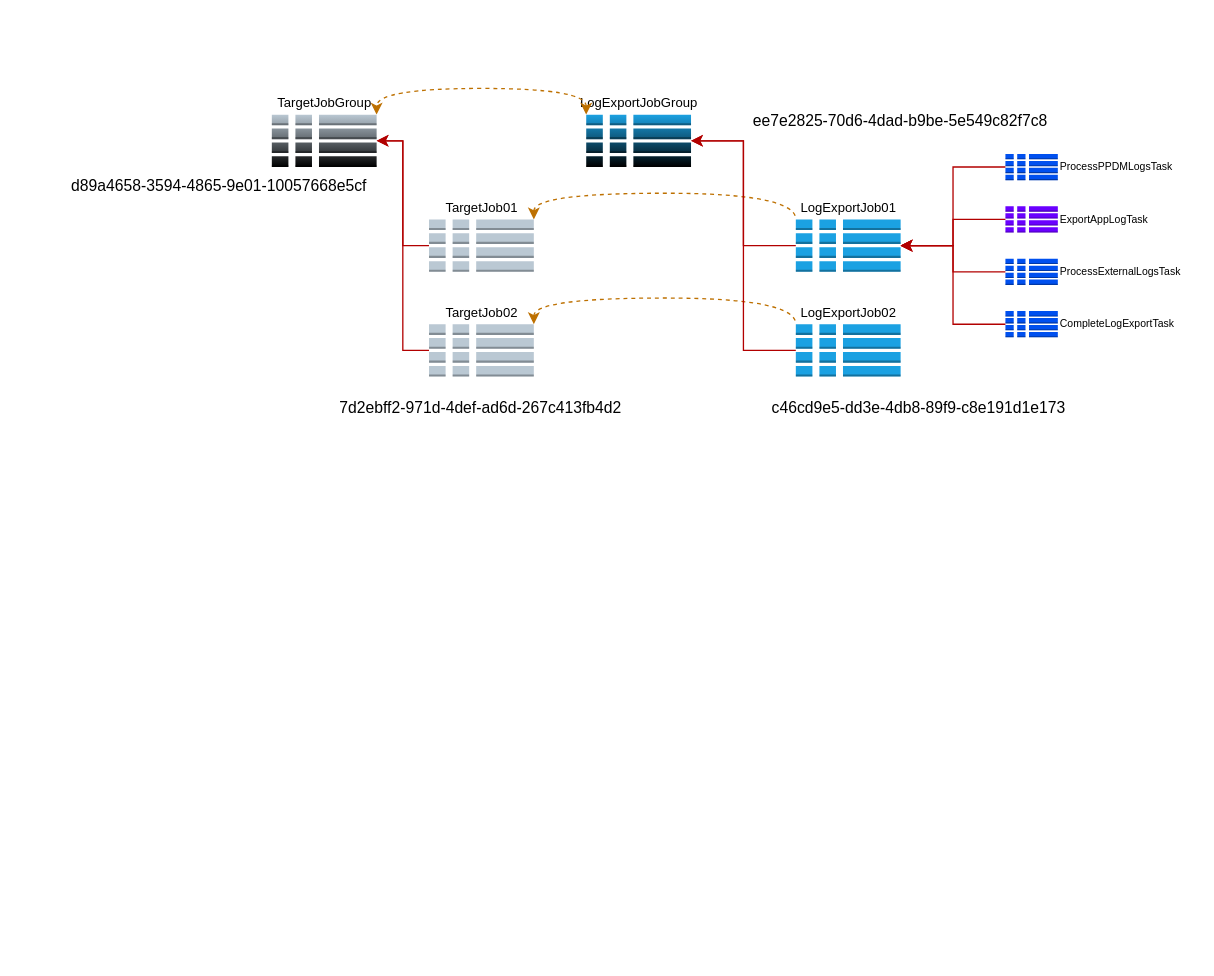
The draw.io diagram page "LogExportActivities" (12 of 12) of st/Log.drawio in gaivin/drawio, before the edit. Source tidied: cells renumbered, new cells numbered last; positions are measured from the earlier drawing's top-left corner, leaving out a move shared by most shapes. Both pictures are drawn from the tidied source at 131%, with x=0, y=0 at pixel (22, 101).
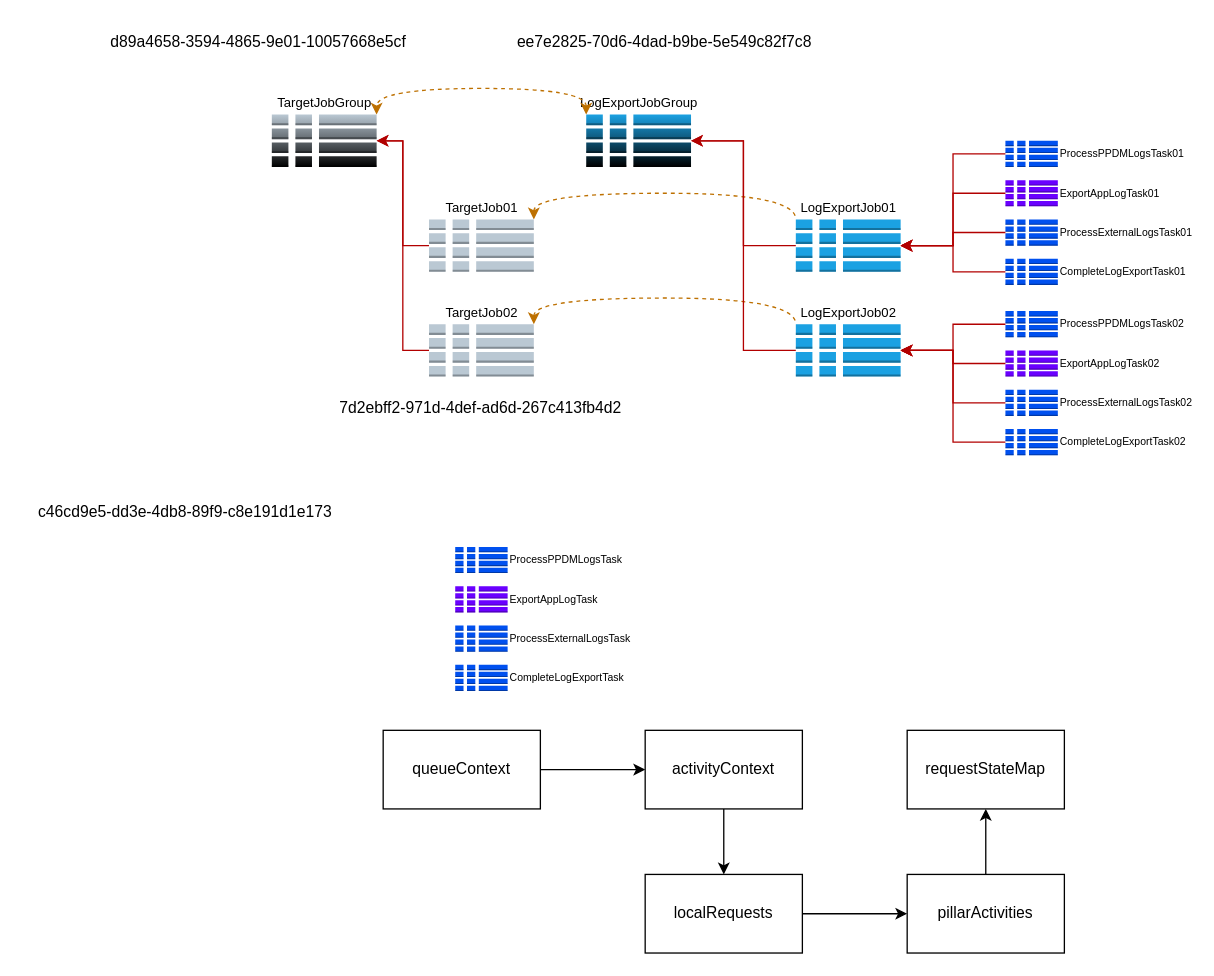
The same diagram, later.

Unchanged cells that the change refers to:
```xml
<mxCell id="11" value="LogExportJob01" style="outlineConnect=0;dashed=0;verticalLabelPosition=top;verticalAlign=bottom;align=center;html=1;shape=mxgraph.aws3.global_secondary_index;fillColor=#1ba1e2;fontSize=10;strokeColor=#006EAF;fontColor=#000000;points=[[0,0,0,0,0],[0,0.5,0,0,0],[0,1,0,0,0],[0.33,0,0,0,0],[0.33,1,0,0,0],[0.5,0,0,0,0],[0.5,1,0,0,0],[0.67,1,0,0,0],[0.68,0,0,0,0],[1,0,0,0,0],[1,0.5,0,0,0],[1,1,0,0,0]];labelPosition=center;" parent="1" vertex="1">
  <mxGeometry x="590" y="90" width="80" height="40" as="geometry" />
</mxCell>
<mxCell id="12" value="LogExportJob02" style="outlineConnect=0;dashed=0;verticalLabelPosition=top;verticalAlign=bottom;align=center;html=1;shape=mxgraph.aws3.global_secondary_index;fillColor=#1ba1e2;fontSize=10;strokeColor=#006EAF;fontColor=#000000;points=[[0,0,0,0,0],[0,0.5,0,0,0],[0,1,0,0,0],[0.33,0,0,0,0],[0.33,1,0,0,0],[0.5,0,0,0,0],[0.5,1,0,0,0],[0.67,1,0,0,0],[0.68,0,0,0,0],[1,0,0,0,0],[1,0.5,0,0,0],[1,1,0,0,0]];labelPosition=center;" parent="1" vertex="1">
  <mxGeometry x="590" y="170" width="80" height="40" as="geometry" />
</mxCell>
```

Diff of the diagram source:
```diff
@@
-    <mxCell id="6" value="&lt;font color=&quot;#000000&quot; style=&quot;font-size: 8px;&quot;&gt;ProcessPPDMLogsTask&lt;/font&gt;" style="outlineConnect=0;dashed=0;verticalLabelPosition=middle;verticalAlign=middle;align=left;html=1;shape=mxgraph.aws3.global_secondary_index;fillColor=#0050ef;fontSize=8;strokeColor=#001DBC;fontColor=#ffffff;points=[[0,0,0,0,0],[0,0.33,0,0,0],[0,0.5,0,0,0],[0,0.67,0,0,0],[0,1,0,0,0],[0.33,0,0,0,0],[0.33,1,0,0,0],[0.5,0,0,0,0],[0.5,1,0,0,0],[0.68,0,0,0,0],[0.68,1,0,0,0],[1,0,0,0,0],[1,0.5,0,0,0],[1,1,0,0,0]];labelPosition=right;" parent="1" vertex="1">
-      <mxGeometry x="750" y="40" width="40" height="20" as="geometry" />
+    <mxCell id="6" value="&lt;font color=&quot;#000000&quot; style=&quot;font-size: 8px;&quot;&gt;ProcessPPDMLogsTask01&lt;/font&gt;" style="outlineConnect=0;dashed=0;verticalLabelPosition=middle;verticalAlign=middle;align=left;html=1;shape=mxgraph.aws3.global_secondary_index;fillColor=#0050ef;fontSize=8;strokeColor=#001DBC;fontColor=#ffffff;points=[[0,0,0,0,0],[0,0.33,0,0,0],[0,0.5,0,0,0],[0,0.67,0,0,0],[0,1,0,0,0],[0.33,0,0,0,0],[0.33,1,0,0,0],[0.5,0,0,0,0],[0.5,1,0,0,0],[0.68,0,0,0,0],[0.68,1,0,0,0],[1,0,0,0,0],[1,0.5,0,0,0],[1,1,0,0,0]];labelPosition=right;" parent="1" vertex="1">
+      <mxGeometry x="750" y="30" width="40" height="20" as="geometry" />
     </mxCell>
@@
-    <mxCell id="16" style="edgeStyle=orthogonalEdgeStyle;rounded=0;jettySize=auto;html=1;exitX=0;exitY=0.5;exitDx=0;exitDy=0;exitPerimeter=0;fillColor=#e51400;strokeColor=#B20000;" parent="1" edge="1" source="17" target="11">
+    <mxCell id="16" style="edgeStyle=orthogonalEdgeStyle;rounded=0;jettySize=auto;html=1;exitX=0;exitY=0.5;exitDx=0;exitDy=0;exitPerimeter=0;fillColor=#e51400;strokeColor=#B20000;entryX=1;entryY=0.5;entryDx=0;entryDy=0;entryPerimeter=0;" parent="1" edge="1" source="17" target="11">
       <mxGeometry relative="1" as="geometry" />
     </mxCell>
-    <mxCell id="17" value="ExportAppLogTask" style="outlineConnect=0;dashed=0;verticalLabelPosition=middle;verticalAlign=middle;align=left;html=1;shape=mxgraph.aws3.global_secondary_index;fillColor=#6a00ff;fontSize=8;strokeColor=#3700CC;fontColor=#000000;points=[[0,0,0,0,0],[0,0.33,0,0,0],[0,0.5,0,0,0],[0,0.67,0,0,0],[0,1,0,0,0],[0.33,0,0,0,0],[0.33,1,0,0,0],[0.5,0,0,0,0],[0.5,1,0,0,0],[0.68,0,0,0,0],[0.68,1,0,0,0],[1,0,0,0,0],[1,0.5,0,0,0],[1,1,0,0,0]];labelPosition=right;" parent="1" vertex="1">
-      <mxGeometry x="750" y="80" width="40" height="20" as="geometry" />
+    <mxCell id="17" value="ExportAppLogTask01" style="outlineConnect=0;dashed=0;verticalLabelPosition=middle;verticalAlign=middle;align=left;html=1;shape=mxgraph.aws3.global_secondary_index;fillColor=#6a00ff;fontSize=8;strokeColor=#3700CC;fontColor=#000000;points=[[0,0,0,0,0],[0,0.33,0,0,0],[0,0.5,0,0,0],[0,0.67,0,0,0],[0,1,0,0,0],[0.33,0,0,0,0],[0.33,1,0,0,0],[0.5,0,0,0,0],[0.5,1,0,0,0],[0.68,0,0,0,0],[0.68,1,0,0,0],[1,0,0,0,0],[1,0.5,0,0,0],[1,1,0,0,0]];labelPosition=right;" parent="1" vertex="1">
+      <mxGeometry x="750" y="60" width="40" height="20" as="geometry" />
     </mxCell>
-    <mxCell id="18" value="ProcessExternalLogsTask" style="outlineConnect=0;dashed=0;verticalLabelPosition=middle;verticalAlign=middle;align=left;html=1;shape=mxgraph.aws3.global_secondary_index;fillColor=#0050ef;fontSize=8;strokeColor=#001DBC;fontColor=#000000;points=[[0,0,0,0,0],[0,0.33,0,0,0],[0,0.5,0,0,0],[0,0.67,0,0,0],[0,1,0,0,0],[0.33,0,0,0,0],[0.33,1,0,0,0],[0.5,0,0,0,0],[0.5,1,0,0,0],[0.68,0,0,0,0],[0.68,1,0,0,0],[1,0,0,0,0],[1,0.5,0,0,0],[1,1,0,0,0]];labelPosition=right;" parent="1" vertex="1">
-      <mxGeometry x="750" y="120" width="40" height="20" as="geometry" />
+    <mxCell id="18" value="ProcessExternalLogsTask01" style="outlineConnect=0;dashed=0;verticalLabelPosition=middle;verticalAlign=middle;align=left;html=1;shape=mxgraph.aws3.global_secondary_index;fillColor=#0050ef;fontSize=8;strokeColor=#001DBC;fontColor=#000000;points=[[0,0,0,0,0],[0,0.33,0,0,0],[0,0.5,0,0,0],[0,0.67,0,0,0],[0,1,0,0,0],[0.33,0,0,0,0],[0.33,1,0,0,0],[0.5,0,0,0,0],[0.5,1,0,0,0],[0.68,0,0,0,0],[0.68,1,0,0,0],[1,0,0,0,0],[1,0.5,0,0,0],[1,1,0,0,0]];labelPosition=right;" parent="1" vertex="1">
+      <mxGeometry x="750" y="90" width="40" height="20" as="geometry" />
     </mxCell>
-    <mxCell id="19" value="CompleteLogExportTask" style="outlineConnect=0;dashed=0;verticalLabelPosition=middle;verticalAlign=middle;align=left;html=1;shape=mxgraph.aws3.global_secondary_index;fillColor=#0050ef;fontSize=8;strokeColor=#001DBC;fontColor=#000000;points=[[0,0,0,0,0],[0,0.33,0,0,0],[0,0.5,0,0,0],[0,0.67,0,0,0],[0,1,0,0,0],[0.33,0,0,0,0],[0.33,1,0,0,0],[0.5,0,0,0,0],[0.5,1,0,0,0],[0.68,0,0,0,0],[0.68,1,0,0,0],[1,0,0,0,0],[1,0.5,0,0,0],[1,1,0,0,0]];labelPosition=right;" parent="1" vertex="1">
-      <mxGeometry x="750" y="160" width="40" height="20" as="geometry" />
+    <mxCell id="19" value="CompleteLogExportTask01" style="outlineConnect=0;dashed=0;verticalLabelPosition=middle;verticalAlign=middle;align=left;html=1;shape=mxgraph.aws3.global_secondary_index;fillColor=#0050ef;fontSize=8;strokeColor=#001DBC;fontColor=#000000;points=[[0,0,0,0,0],[0,0.33,0,0,0],[0,0.5,0,0,0],[0,0.67,0,0,0],[0,1,0,0,0],[0.33,0,0,0,0],[0.33,1,0,0,0],[0.5,0,0,0,0],[0.5,1,0,0,0],[0.68,0,0,0,0],[0.68,1,0,0,0],[1,0,0,0,0],[1,0.5,0,0,0],[1,1,0,0,0]];labelPosition=right;" parent="1" vertex="1">
+      <mxGeometry x="750" y="120" width="40" height="20" as="geometry" />
     </mxCell>
@@
     <mxCell id="23" value="ee7e2825-70d6-4dad-b9be-5e549c82f7c8" style="text;html=1;align=center;verticalAlign=middle;whiteSpace=wrap;rounded=0;" parent="1" vertex="1">
-      <mxGeometry x="520" width="300" height="30" as="geometry" />
+      <mxGeometry x="340" y="-60" width="300" height="30" as="geometry" />
     </mxCell>
     <mxCell id="24" value="d89a4658-3594-4865-9e01-10057668e5cf" style="text;html=1;align=center;verticalAlign=middle;whiteSpace=wrap;rounded=0;" parent="1" vertex="1">
-      <mxGeometry y="50" width="300" height="30" as="geometry" />
+      <mxGeometry x="30" y="-60" width="300" height="30" as="geometry" />
     </mxCell>
     <mxCell id="25" value="c46cd9e5-dd3e-4db8-89f9-c8e191d1e173" style="text;whiteSpace=wrap;" parent="1" vertex="1">
-      <mxGeometry x="570" y="220" width="260" height="30" as="geometry" />
+      <mxGeometry x="10" y="300" width="260" height="30" as="geometry" />
     </mxCell>
@@
+    <mxCell id="27" value="&lt;font color=&quot;#000000&quot; style=&quot;font-size: 8px;&quot;&gt;ProcessPPDMLogsTask02&lt;/font&gt;" style="outlineConnect=0;dashed=0;verticalLabelPosition=middle;verticalAlign=middle;align=left;html=1;shape=mxgraph.aws3.global_secondary_index;fillColor=#0050ef;fontSize=8;strokeColor=#001DBC;fontColor=#ffffff;points=[[0,0,0,0,0],[0,0.33,0,0,0],[0,0.5,0,0,0],[0,0.67,0,0,0],[0,1,0,0,0],[0.33,0,0,0,0],[0.33,1,0,0,0],[0.5,0,0,0,0],[0.5,1,0,0,0],[0.68,0,0,0,0],[0.68,1,0,0,0],[1,0,0,0,0],[1,0.5,0,0,0],[1,1,0,0,0]];labelPosition=right;" parent="1" vertex="1">
+      <mxGeometry x="750" y="160" width="40" height="20" as="geometry" />
+    </mxCell>
+    <mxCell id="28" style="edgeStyle=orthogonalEdgeStyle;rounded=0;jettySize=auto;html=1;exitX=0;exitY=0.5;exitDx=0;exitDy=0;exitPerimeter=0;fillColor=#e51400;strokeColor=#B20000;entryX=1;entryY=0.5;entryDx=0;entryDy=0;entryPerimeter=0;" parent="1" edge="1" source="29" target="12">
+      <mxGeometry relative="1" as="geometry" />
+    </mxCell>
+    <mxCell id="29" value="ExportAppLogTask02" style="outlineConnect=0;dashed=0;verticalLabelPosition=middle;verticalAlign=middle;align=left;html=1;shape=mxgraph.aws3.global_secondary_index;fillColor=#6a00ff;fontSize=8;strokeColor=#3700CC;fontColor=#000000;points=[[0,0,0,0,0],[0,0.33,0,0,0],[0,0.5,0,0,0],[0,0.67,0,0,0],[0,1,0,0,0],[0.33,0,0,0,0],[0.33,1,0,0,0],[0.5,0,0,0,0],[0.5,1,0,0,0],[0.68,0,0,0,0],[0.68,1,0,0,0],[1,0,0,0,0],[1,0.5,0,0,0],[1,1,0,0,0]];labelPosition=right;" parent="1" vertex="1">
+      <mxGeometry x="750" y="190" width="40" height="20" as="geometry" />
+    </mxCell>
+    <mxCell id="30" value="ProcessExternalLogsTask02" style="outlineConnect=0;dashed=0;verticalLabelPosition=middle;verticalAlign=middle;align=left;html=1;shape=mxgraph.aws3.global_secondary_index;fillColor=#0050ef;fontSize=8;strokeColor=#001DBC;fontColor=#000000;points=[[0,0,0,0,0],[0,0.33,0,0,0],[0,0.5,0,0,0],[0,0.67,0,0,0],[0,1,0,0,0],[0.33,0,0,0,0],[0.33,1,0,0,0],[0.5,0,0,0,0],[0.5,1,0,0,0],[0.68,0,0,0,0],[0.68,1,0,0,0],[1,0,0,0,0],[1,0.5,0,0,0],[1,1,0,0,0]];labelPosition=right;" parent="1" vertex="1">
+      <mxGeometry x="750" y="220" width="40" height="20" as="geometry" />
+    </mxCell>
+    <mxCell id="31" value="CompleteLogExportTask02" style="outlineConnect=0;dashed=0;verticalLabelPosition=middle;verticalAlign=middle;align=left;html=1;shape=mxgraph.aws3.global_secondary_index;fillColor=#0050ef;fontSize=8;strokeColor=#001DBC;fontColor=#000000;points=[[0,0,0,0,0],[0,0.33,0,0,0],[0,0.5,0,0,0],[0,0.67,0,0,0],[0,1,0,0,0],[0.33,0,0,0,0],[0.33,1,0,0,0],[0.5,0,0,0,0],[0.5,1,0,0,0],[0.68,0,0,0,0],[0.68,1,0,0,0],[1,0,0,0,0],[1,0.5,0,0,0],[1,1,0,0,0]];labelPosition=right;" parent="1" vertex="1">
+      <mxGeometry x="750" y="250" width="40" height="20" as="geometry" />
+    </mxCell>
+    <mxCell id="32" style="edgeStyle=orthogonalEdgeStyle;rounded=0;jettySize=auto;html=1;exitX=0;exitY=0.5;exitDx=0;exitDy=0;exitPerimeter=0;entryX=1;entryY=0.5;entryDx=0;entryDy=0;entryPerimeter=0;fillColor=#e51400;strokeColor=#B20000;" parent="1" edge="1" source="27" target="12">
+      <mxGeometry relative="1" as="geometry" />
+    </mxCell>
+    <mxCell id="33" style="edgeStyle=orthogonalEdgeStyle;rounded=0;jettySize=auto;html=1;exitX=0;exitY=0.5;exitDx=0;exitDy=0;exitPerimeter=0;entryX=1;entryY=0.5;entryDx=0;entryDy=0;entryPerimeter=0;fillColor=#e51400;strokeColor=#B20000;" parent="1" edge="1" source="30" target="12">
+      <mxGeometry relative="1" as="geometry" />
+    </mxCell>
+    <mxCell id="34" style="edgeStyle=orthogonalEdgeStyle;rounded=0;jettySize=auto;html=1;exitX=0;exitY=0.5;exitDx=0;exitDy=0;exitPerimeter=0;entryX=1;entryY=0.5;entryDx=0;entryDy=0;entryPerimeter=0;fillColor=#e51400;strokeColor=#B20000;" parent="1" edge="1" source="31" target="12">
+      <mxGeometry relative="1" as="geometry" />
+    </mxCell>
+    <mxCell id="35" value="&lt;font color=&quot;#000000&quot; style=&quot;font-size: 8px;&quot;&gt;ProcessPPDMLogsTask&lt;/font&gt;" style="dashed=0;verticalLabelPosition=middle;verticalAlign=middle;align=left;html=1;shape=mxgraph.aws3.global_secondary_index;fillColor=#0050ef;fontSize=8;strokeColor=#001DBC;fontColor=#ffffff;labelPosition=right;" parent="1" vertex="1">
+      <mxGeometry x="330" y="340" width="40" height="20" as="geometry" />
+    </mxCell>
+    <mxCell id="36" value="ExportAppLogTask" style="dashed=0;verticalLabelPosition=middle;verticalAlign=middle;align=left;html=1;shape=mxgraph.aws3.global_secondary_index;fillColor=#6a00ff;fontSize=8;strokeColor=#3700CC;fontColor=#000000;labelPosition=right;" parent="1" vertex="1">
+      <mxGeometry x="330" y="370" width="40" height="20" as="geometry" />
+    </mxCell>
+    <mxCell id="37" value="ProcessExternalLogsTask" style="dashed=0;verticalLabelPosition=middle;verticalAlign=middle;align=left;html=1;shape=mxgraph.aws3.global_secondary_index;fillColor=#0050ef;fontSize=8;strokeColor=#001DBC;fontColor=#000000;labelPosition=right;" parent="1" vertex="1">
+      <mxGeometry x="330" y="400" width="40" height="20" as="geometry" />
+    </mxCell>
+    <mxCell id="38" value="CompleteLogExportTask" style="dashed=0;verticalLabelPosition=middle;verticalAlign=middle;align=left;html=1;shape=mxgraph.aws3.global_secondary_index;fillColor=#0050ef;fontSize=8;strokeColor=#001DBC;fontColor=#000000;labelPosition=right;" parent="1" vertex="1">
+      <mxGeometry x="330" y="430" width="40" height="20" as="geometry" />
+    </mxCell>
+    <mxCell id="39" style="edgeStyle=orthogonalEdgeStyle;rounded=0;jettySize=auto;html=1;" parent="1" edge="1" source="40" target="42">
+      <mxGeometry relative="1" as="geometry" />
+    </mxCell>
+    <mxCell id="40" value="activityContext" style="rounded=0;whiteSpace=wrap;html=1;" parent="1" vertex="1">
+      <mxGeometry x="475" y="480" width="120" height="60" as="geometry" />
+    </mxCell>
+    <mxCell id="41" style="edgeStyle=orthogonalEdgeStyle;rounded=0;jettySize=auto;html=1;" parent="1" edge="1" source="42" target="45">
+      <mxGeometry relative="1" as="geometry" />
+    </mxCell>
+    <mxCell id="42" value="localRequests" style="rounded=0;whiteSpace=wrap;html=1;" parent="1" vertex="1">
+      <mxGeometry x="475" y="590" width="120" height="60" as="geometry" />
+    </mxCell>
+    <mxCell id="43" value="requestStateMap" style="rounded=0;whiteSpace=wrap;html=1;" parent="1" vertex="1">
+      <mxGeometry x="675" y="480" width="120" height="60" as="geometry" />
+    </mxCell>
+    <mxCell id="44" style="edgeStyle=orthogonalEdgeStyle;rounded=0;jettySize=auto;html=1;" parent="1" edge="1" source="45" target="43">
+      <mxGeometry relative="1" as="geometry" />
+    </mxCell>
+    <mxCell id="45" value="pillarActivities" style="rounded=0;whiteSpace=wrap;html=1;" parent="1" vertex="1">
+      <mxGeometry x="675" y="590" width="120" height="60" as="geometry" />
+    </mxCell>
+    <mxCell id="46" style="edgeStyle=orthogonalEdgeStyle;rounded=0;jettySize=auto;html=1;" parent="1" edge="1" source="47" target="40">
+      <mxGeometry relative="1" as="geometry" />
+    </mxCell>
+    <mxCell id="47" value="queueContext" style="rounded=0;whiteSpace=wrap;html=1;" parent="1" vertex="1">
+      <mxGeometry x="275" y="480" width="120" height="60" as="geometry" />
+    </mxCell>
```
